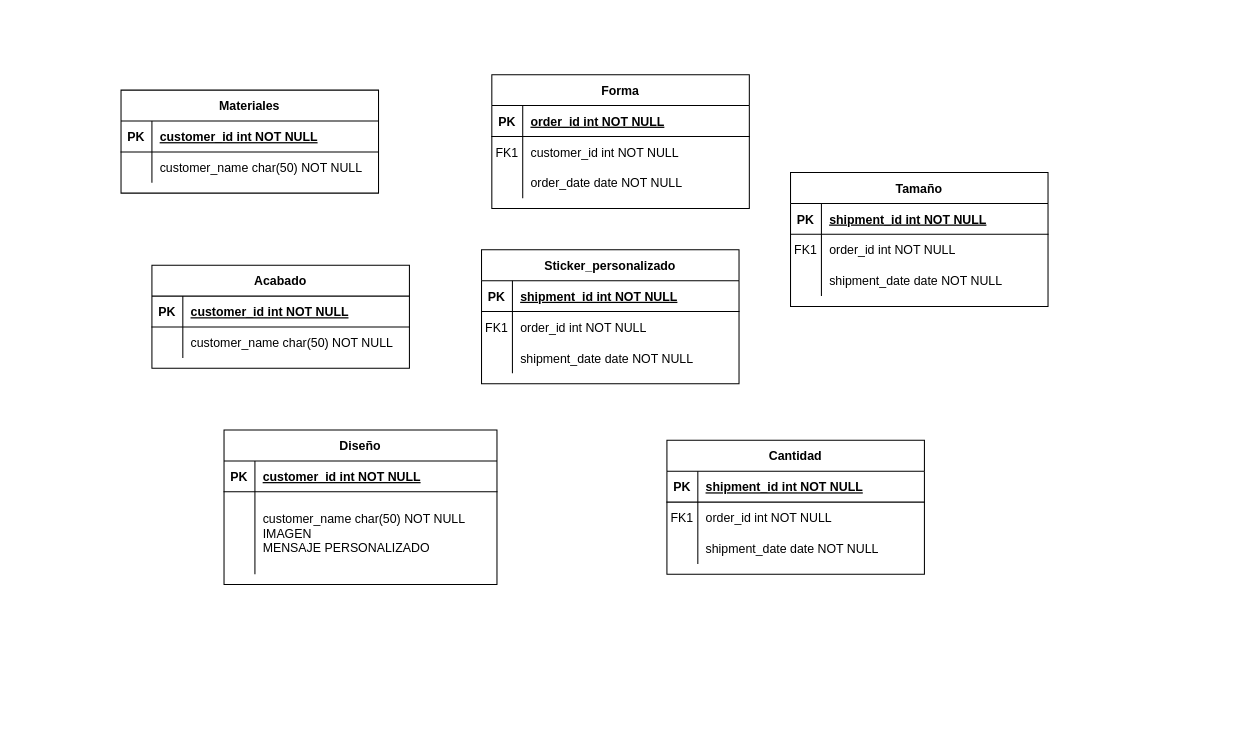
Earlier version of the draw.io diagram Diagrama sin título.drawio (nayrariosaguilar/OdooStickerModule). Source tidied: cells renumbered, new cells numbered last; positions are measured from the earlier drawing's top-left corner, leaving out a move shared by most shapes. Both pictures are drawn from the tidied source at 103%, with x=0, y=0 at pixel (121, 74).
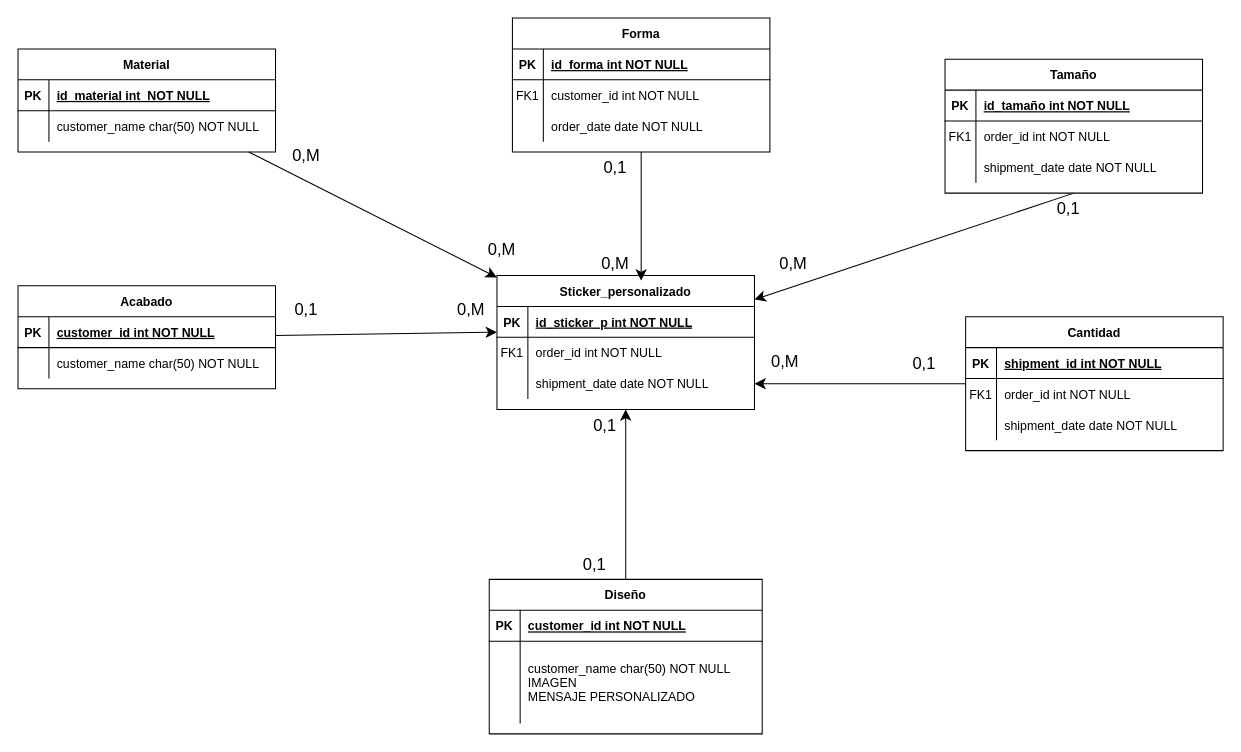
Above is the later version.

Unchanged cells that the change refers to:
```xml
<mxCell id="3" style="shape=partialRectangle;fillColor=none;top=0;left=0;right=0;bottom=1;" parent="2" vertex="1">
  <mxGeometry y="30" width="250" height="30" as="geometry" />
</mxCell>
<mxCell id="13" style="shape=partialRectangle;fillColor=none;top=0;left=0;right=0;bottom=1;" parent="12" vertex="1">
  <mxGeometry y="30" width="250" height="30" as="geometry" />
</mxCell>
<mxCell id="23" style="shape=partialRectangle;fillColor=none;top=0;left=0;right=0;bottom=1;" parent="22" vertex="1">
  <mxGeometry y="30" width="250" height="30" as="geometry" />
</mxCell>
<mxCell id="47" style="shape=partialRectangle;fillColor=none;points=[[0,0.5],[1,0.5]];portConstraint=eastwest;top=0;left=0;right=0;bottom=1;" parent="46" vertex="1">
  <mxGeometry y="30" width="250" height="30" as="geometry" />
</mxCell>
<mxCell id="53" style="shape=partialRectangle;fillColor=none;points=[[0,0.5],[1,0.5]];portConstraint=eastwest;top=0;left=0;right=0;bottom=0;" parent="46" vertex="1">
  <mxGeometry y="90" width="250" height="30" as="geometry" />
</mxCell>
```

Diff of the diagram source:
```diff
@@
     <mxCell id="2" value="Forma" style="shape=table;startSize=30;childLayout=tableLayout;rowLines=0;fontStyle=1;align=center;" parent="1" vertex="1">
-      <mxGeometry x="360" width="250" height="130" as="geometry" />
+      <mxGeometry x="380" y="-55" width="250" height="130" as="geometry" />
     </mxCell>
@@
-    <mxCell id="5" value="order_id int NOT NULL " style="shape=partialRectangle;overflow=hidden;fillColor=none;top=0;left=0;bottom=0;right=0;align=left;spacingLeft=6;fontStyle=5;" parent="3" vertex="1">
+    <mxCell id="5" value="id_forma int NOT NULL " style="shape=partialRectangle;overflow=hidden;fillColor=none;top=0;left=0;bottom=0;right=0;align=left;spacingLeft=6;fontStyle=5;" parent="3" vertex="1">
       <mxGeometry x="30" width="220" height="30" as="geometry" />
     </mxCell>
@@
     <mxCell id="12" value="Tamaño" style="shape=table;startSize=30;childLayout=tableLayout;rowLines=0;fontStyle=1;align=center;" parent="1" vertex="1">
-      <mxGeometry x="650" y="95" width="250" height="130" as="geometry" />
+      <mxGeometry x="800" y="-15" width="250" height="130" as="geometry" />
     </mxCell>
@@
-    <mxCell id="15" value="shipment_id int NOT NULL " style="shape=partialRectangle;overflow=hidden;fillColor=none;top=0;left=0;bottom=0;right=0;align=left;spacingLeft=6;fontStyle=5;" parent="13" vertex="1">
+    <mxCell id="15" value="id_tamaño int NOT NULL " style="shape=partialRectangle;overflow=hidden;fillColor=none;top=0;left=0;bottom=0;right=0;align=left;spacingLeft=6;fontStyle=5;" parent="13" vertex="1">
       <mxGeometry x="30" width="220" height="30" as="geometry" />
     </mxCell>
@@
+    <mxCell id="63" style="edgeStyle=none;curved=1;rounded=0;jettySize=auto;html=1;fontSize=12;startSize=8;endSize=8;" parent="1" edge="1" source="22" target="46">
+      <mxGeometry relative="1" as="geometry" />
+    </mxCell>
-    <mxCell id="22" value="Materiales" style="shape=table;startSize=30;childLayout=tableLayout;rowLines=0;fontStyle=1;align=center;" parent="1" vertex="1">
-      <mxGeometry y="15" width="250" height="100" as="geometry" />
+    <mxCell id="22" value="Material" style="shape=table;startSize=30;childLayout=tableLayout;rowLines=0;fontStyle=1;align=center;" parent="1" vertex="1">
+      <mxGeometry x="-100" y="-25" width="250" height="100" as="geometry" />
     </mxCell>
@@
-    <mxCell id="25" value="customer_id int NOT NULL " style="shape=partialRectangle;overflow=hidden;fillColor=none;top=0;left=0;bottom=0;right=0;align=left;spacingLeft=6;fontStyle=5;" parent="23" vertex="1">
+    <mxCell id="25" value="id_material int  NOT NULL " style="shape=partialRectangle;overflow=hidden;fillColor=none;top=0;left=0;bottom=0;right=0;align=left;spacingLeft=6;fontStyle=5;" parent="23" vertex="1">
       <mxGeometry x="30" width="220" height="30" as="geometry" />
     </mxCell>
@@
     <mxCell id="29" value="Acabado" style="shape=table;startSize=30;childLayout=tableLayout;rowLines=0;fontStyle=1;align=center;" parent="1" vertex="1">
-      <mxGeometry x="30" y="185" width="250" height="100" as="geometry" />
+      <mxGeometry x="-100" y="205" width="250" height="100" as="geometry" />
     </mxCell>
@@
+    <mxCell id="64" style="edgeStyle=none;curved=1;rounded=0;jettySize=auto;html=1;entryX=1;entryY=0.5;entryDx=0;entryDy=0;fontSize=12;startSize=8;endSize=8;" parent="1" edge="1" source="36" target="53">
+      <mxGeometry relative="1" as="geometry" />
+    </mxCell>
     <mxCell id="36" value="Cantidad" style="shape=table;startSize=30;childLayout=tableLayout;rowLines=0;fontStyle=1;align=center;" parent="1" vertex="1">
-      <mxGeometry x="530" y="355" width="250" height="130" as="geometry" />
+      <mxGeometry x="820" y="235" width="250" height="130" as="geometry" />
     </mxCell>
@@
     <mxCell id="46" value="Sticker_personalizado" style="shape=table;startSize=30;childLayout=tableLayout;rowLines=0;fontStyle=1;align=center;" parent="1" vertex="1">
-      <mxGeometry x="350" y="170" width="250" height="130" as="geometry" />
+      <mxGeometry x="365" y="195" width="250" height="130" as="geometry" />
     </mxCell>
@@
-    <mxCell id="49" value="shipment_id int NOT NULL " style="shape=partialRectangle;overflow=hidden;fillColor=none;top=0;left=0;bottom=0;right=0;align=left;spacingLeft=6;fontStyle=5;" parent="47" vertex="1">
+    <mxCell id="49" value="id_sticker_p int NOT NULL " style="shape=partialRectangle;overflow=hidden;fillColor=none;top=0;left=0;bottom=0;right=0;align=left;spacingLeft=6;fontStyle=5;" parent="47" vertex="1">
       <mxGeometry x="30" width="220" height="30" as="geometry" />
     </mxCell>
@@
+    <mxCell id="65" style="edgeStyle=none;curved=1;rounded=0;jettySize=auto;html=1;entryX=0.5;entryY=1;entryDx=0;entryDy=0;fontSize=12;startSize=8;endSize=8;" parent="1" edge="1" source="56" target="46">
+      <mxGeometry relative="1" as="geometry" />
+    </mxCell>
     <mxCell id="56" value="Diseño" style="shape=table;startSize=30;childLayout=tableLayout;rowLines=0;fontStyle=1;align=center;" parent="1" vertex="1">
-      <mxGeometry x="100" y="345" width="265" height="150" as="geometry" />
+      <mxGeometry x="357.5" y="490" width="265" height="150" as="geometry" />
     </mxCell>
@@
+    <mxCell id="66" value="0,1" style="text;html=1;align=center;verticalAlign=middle;whiteSpace=wrap;rounded=0;fontSize=16;" parent="1" vertex="1">
+      <mxGeometry x="450" y="75" width="60" height="30" as="geometry" />
+    </mxCell>
+    <mxCell id="67" value="0,M" style="text;html=1;align=center;verticalAlign=middle;whiteSpace=wrap;rounded=0;fontSize=16;" parent="1" vertex="1">
+      <mxGeometry x="340" y="155" width="60" height="30" as="geometry" />
+    </mxCell>
+    <mxCell id="68" style="edgeStyle=none;curved=1;rounded=0;jettySize=auto;html=1;entryX=0.56;entryY=0.038;entryDx=0;entryDy=0;entryPerimeter=0;fontSize=12;startSize=8;endSize=8;" parent="1" edge="1" source="2" target="46">
+      <mxGeometry relative="1" as="geometry" />
+    </mxCell>
+    <mxCell id="69" value="0,M" style="text;html=1;align=center;verticalAlign=middle;whiteSpace=wrap;rounded=0;fontSize=16;" parent="1" vertex="1">
+      <mxGeometry x="150" y="65" width="60" height="25" as="geometry" />
+    </mxCell>
+    <mxCell id="70" value="0,M" style="text;html=1;align=center;verticalAlign=middle;whiteSpace=wrap;rounded=0;fontSize=16;" parent="1" vertex="1">
+      <mxGeometry x="450" y="170" width="60" height="25" as="geometry" />
+    </mxCell>
+    <mxCell id="71" style="edgeStyle=none;curved=1;rounded=0;jettySize=auto;html=1;entryX=0;entryY=0.833;entryDx=0;entryDy=0;entryPerimeter=0;fontSize=12;startSize=8;endSize=8;" parent="1" edge="1" source="29" target="47">
+      <mxGeometry relative="1" as="geometry" />
+    </mxCell>
+    <mxCell id="72" value="0,1" style="text;html=1;align=center;verticalAlign=middle;whiteSpace=wrap;rounded=0;fontSize=16;" parent="1" vertex="1">
+      <mxGeometry x="150" y="212.5" width="60" height="30" as="geometry" />
+    </mxCell>
+    <mxCell id="73" value="0,M" style="text;html=1;align=center;verticalAlign=middle;whiteSpace=wrap;rounded=0;fontSize=16;" parent="1" vertex="1">
+      <mxGeometry x="310" y="215" width="60" height="25" as="geometry" />
+    </mxCell>
+    <mxCell id="74" value="0,1" style="text;html=1;align=center;verticalAlign=middle;whiteSpace=wrap;rounded=0;fontSize=16;" parent="1" vertex="1">
+      <mxGeometry x="430" y="460" width="60" height="30" as="geometry" />
+    </mxCell>
+    <mxCell id="75" value="0,1" style="text;html=1;align=center;verticalAlign=middle;whiteSpace=wrap;rounded=0;fontSize=16;" parent="1" vertex="1">
+      <mxGeometry x="440" y="325" width="60" height="30" as="geometry" />
+    </mxCell>
+    <mxCell id="76" value="0,M" style="text;html=1;align=center;verticalAlign=middle;whiteSpace=wrap;rounded=0;fontSize=16;" parent="1" vertex="1">
+      <mxGeometry x="615" y="265" width="60" height="25" as="geometry" />
+    </mxCell>
+    <mxCell id="77" value="0,1" style="text;html=1;align=center;verticalAlign=middle;whiteSpace=wrap;rounded=0;fontSize=16;" parent="1" vertex="1">
+      <mxGeometry x="750" y="265" width="60" height="30" as="geometry" />
+    </mxCell>
+    <mxCell id="78" style="edgeStyle=none;curved=1;rounded=0;jettySize=auto;html=1;fontSize=12;startSize=8;endSize=8;exitX=0.5;exitY=1;exitDx=0;exitDy=0;" parent="1" edge="1" source="12" target="46">
+      <mxGeometry relative="1" as="geometry" />
+    </mxCell>
+    <mxCell id="79" value="0,1" style="text;html=1;align=center;verticalAlign=middle;whiteSpace=wrap;rounded=0;fontSize=16;" parent="1" vertex="1">
+      <mxGeometry x="890" y="115" width="60" height="30" as="geometry" />
+    </mxCell>
+    <mxCell id="80" value="0,M" style="text;html=1;align=center;verticalAlign=middle;whiteSpace=wrap;rounded=0;fontSize=16;" parent="1" vertex="1">
+      <mxGeometry x="622.5" y="170" width="60" height="25" as="geometry" />
+    </mxCell>
```
